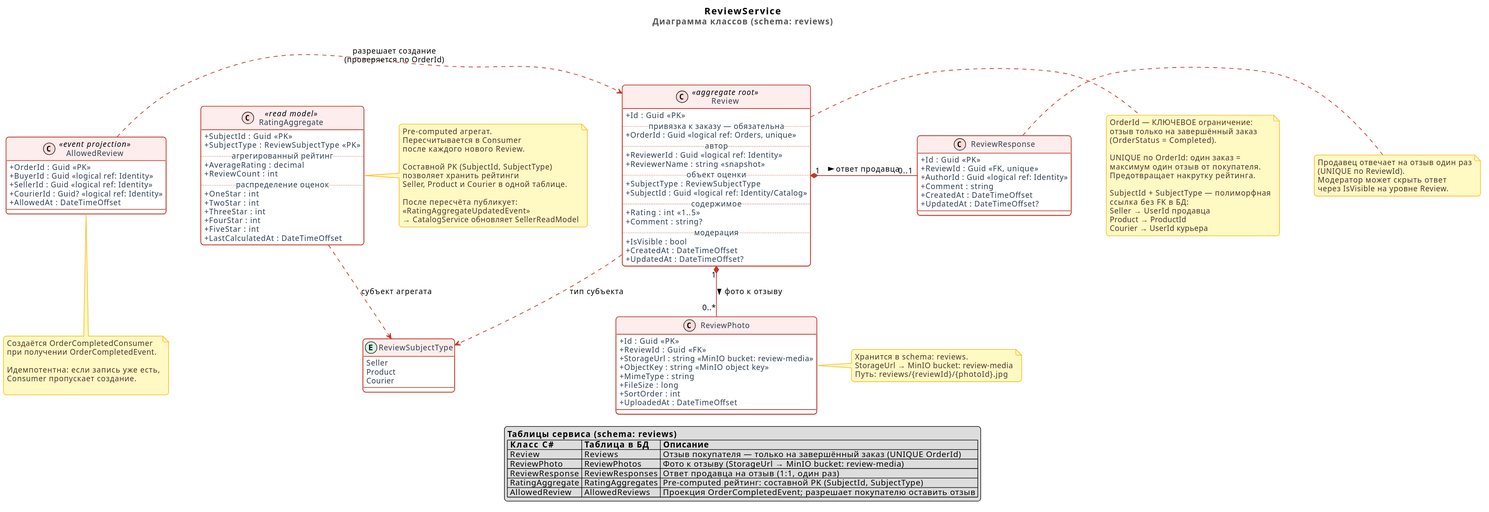
Before: docs/diagrams/svg/review-service.svg, a diagram exported from PlantUML (LocMp-olegg/LocalMarketplace).
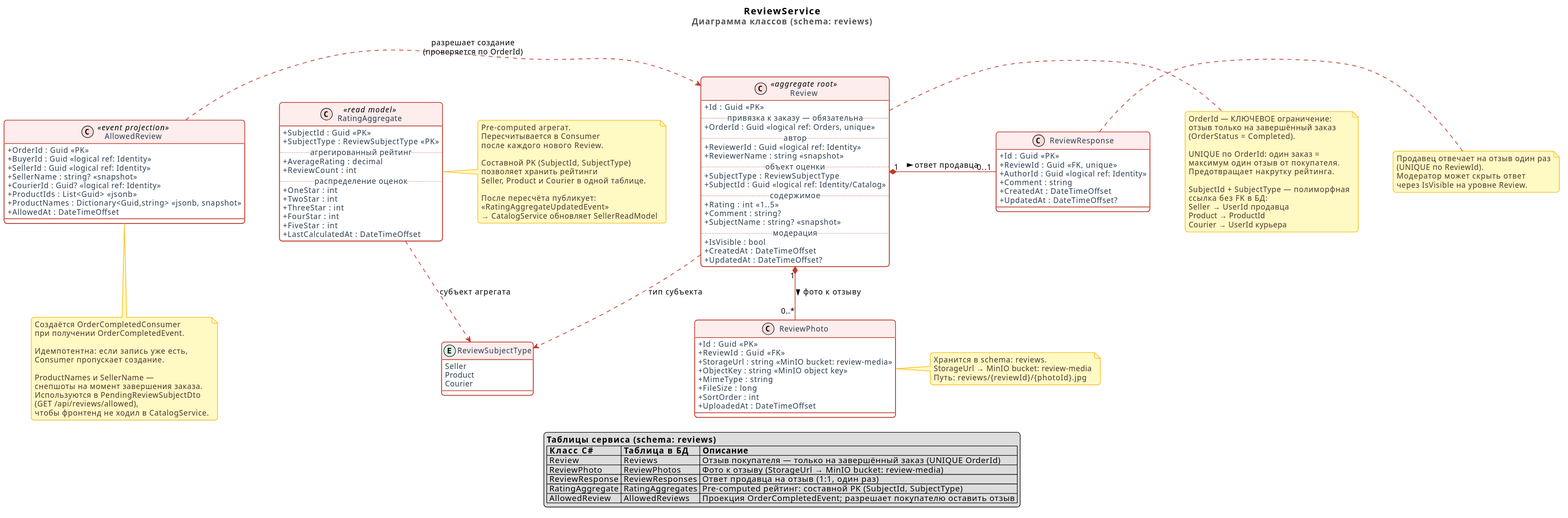
The same file after the commit.

Diff of the diagram source:
```diff
@@ -59,6 +59,7 @@
     ..содержимое..
     + Rating : int <<1..5>>
     + Comment : string?
+    + SubjectName : string? <<snapshot>>
     ..модерация..
     + IsVisible : bool
     + CreatedAt : DateTimeOffset
@@ -90,7 +91,10 @@
     + OrderId : Guid <<PK>>
     + BuyerId : Guid <<logical ref: Identity>>
     + SellerId : Guid <<logical ref: Identity>>
+    + SellerName : string? <<snapshot>>
     + CourierId : Guid? <<logical ref: Identity>>
+    + ProductIds : List<Guid> <<jsonb>>
+    + ProductNames : Dictionary<Guid,string> <<jsonb, snapshot>>
     + AllowedAt : DateTimeOffset
 }
 
@@ -170,6 +174,11 @@
   Идемпотентна: если запись уже есть,
   Consumer пропускает создание.
 
+  ProductNames и SellerName —
+  снепшоты на момент завершения заказа.
+  Используются в PendingReviewSubjectDto
+  (GET /api/reviews/allowed),
+  чтобы фронтенд не ходил в CatalogService.
 end note
 
 
```
